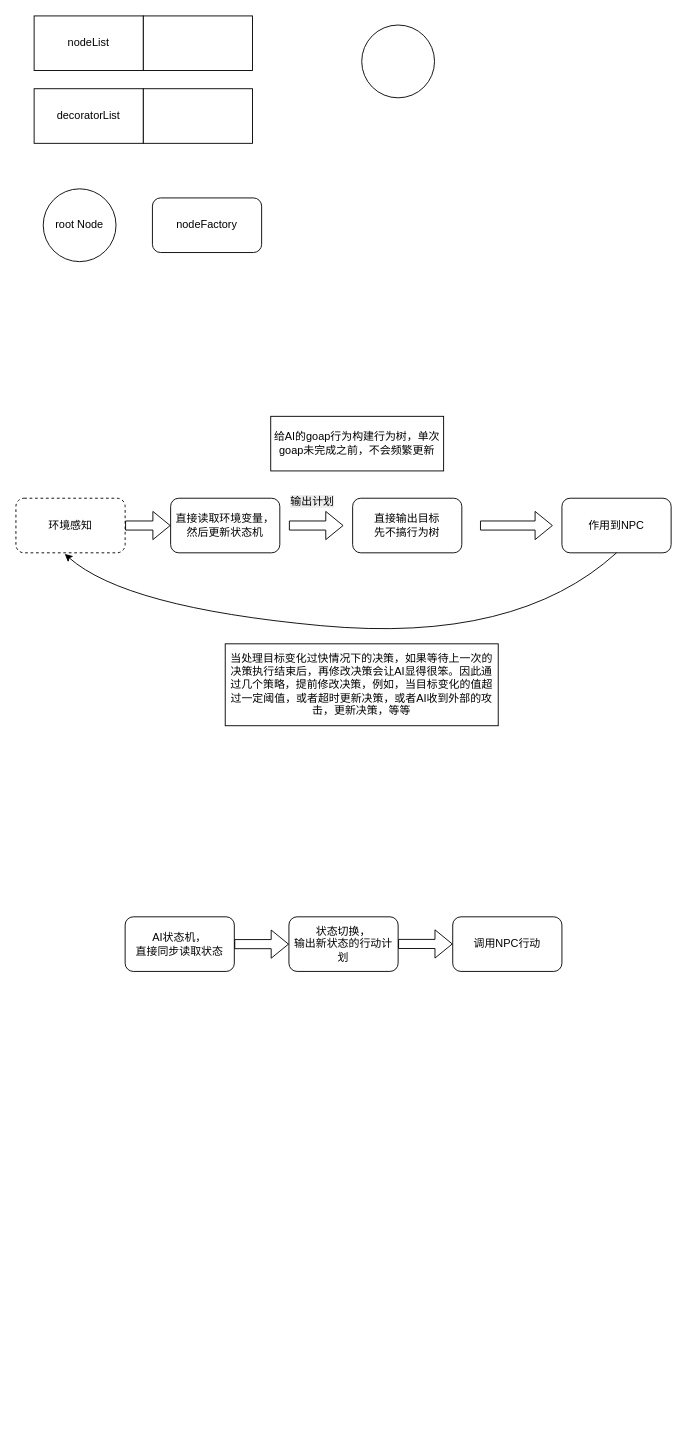
junpfeng/UE keeps this draw.io diagram as AI行为树.drawio. Above is the earlier version. Source tidied: cells renumbered, new cells numbered last; positions are measured from the earlier drawing's top-left corner, leaving out a move shared by most shapes. Both pictures are drawn from the tidied source at 91%, with x=0, y=0 at pixel (15, 15).
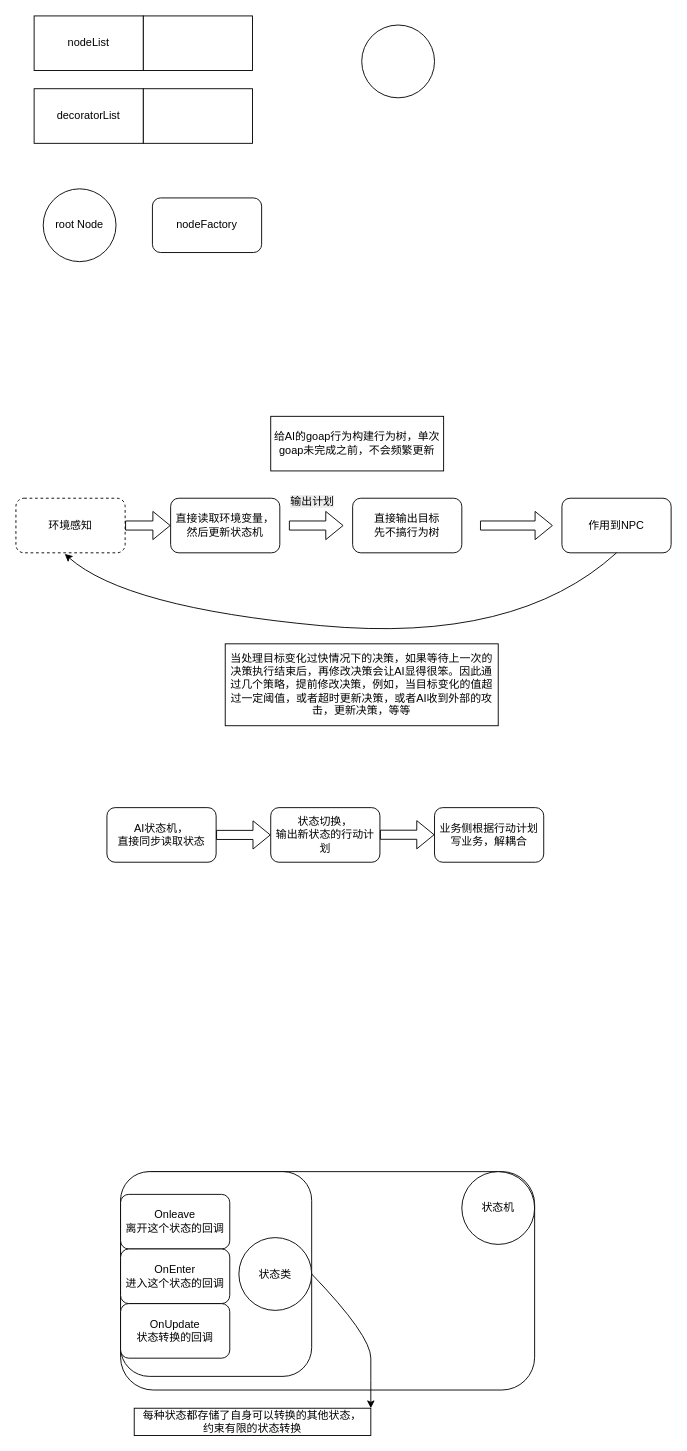
The same diagram, later.

Commit message:
更新AI行为树.drawio

Change to the diagram source:
```diff
@@
     <mxCell id="20" value="AI状态机，&lt;br&gt;直接同步读取状态" style="rounded=1;whiteSpace=wrap;html=1;" parent="1" vertex="1">
-      <mxGeometry x="120" y="990" width="120" height="60" as="geometry" />
+      <mxGeometry x="100" y="870" width="120" height="60" as="geometry" />
     </mxCell>
     <mxCell id="21" value="状态切换，&lt;br&gt;输出新状态的行动计划" style="rounded=1;whiteSpace=wrap;html=1;" parent="1" vertex="1">
-      <mxGeometry x="300" y="990" width="120" height="60" as="geometry" />
+      <mxGeometry x="280" y="870" width="120" height="60" as="geometry" />
     </mxCell>
     <mxCell id="22" style="shape=flexArrow;endArrow=classic;html=1;rounded=0;exitX=1;exitY=0.5;exitDx=0;exitDy=0;" parent="1" edge="1" source="20">
       <mxGeometry relative="1" as="geometry">
-        <mxPoint x="300" y="1020" as="targetPoint" />
+        <mxPoint x="280" y="900" as="targetPoint" />
       </mxGeometry>
     </mxCell>
     <mxCell id="23" style="shape=flexArrow;endArrow=classic;html=1;rounded=0;exitX=1;exitY=0.5;exitDx=0;exitDy=0;" parent="1" edge="1">
       <mxGeometry relative="1" as="geometry">
-        <mxPoint x="420" y="1019.8" as="sourcePoint" />
-        <mxPoint x="480" y="1019.8" as="targetPoint" />
+        <mxPoint x="400" y="899.8" as="sourcePoint" />
+        <mxPoint x="460" y="899.8" as="targetPoint" />
       </mxGeometry>
     </mxCell>
-    <mxCell id="24" value="调用NPC行动" style="rounded=1;whiteSpace=wrap;html=1;" parent="1" vertex="1">
-      <mxGeometry x="480" y="990" width="120" height="60" as="geometry" />
+    <mxCell id="24" value="业务侧根据行动计划写业务，解耦合" style="rounded=1;whiteSpace=wrap;html=1;" parent="1" vertex="1">
+      <mxGeometry x="460" y="870" width="120" height="60" as="geometry" />
     </mxCell>
+    <mxCell id="25" style="rounded=1;whiteSpace=wrap;html=1;" parent="1" vertex="1">
+      <mxGeometry x="115" y="1270" width="455" height="240" as="geometry" />
+    </mxCell>
+    <mxCell id="26" style="rounded=1;whiteSpace=wrap;html=1;" parent="1" vertex="1">
+      <mxGeometry x="115" y="1270" width="210" height="225" as="geometry" />
+    </mxCell>
+    <mxCell id="27" value="OnUpdate&lt;br&gt;状态转换的回调" style="rounded=1;whiteSpace=wrap;html=1;" parent="1" vertex="1">
+      <mxGeometry x="115" y="1415" width="120" height="60" as="geometry" />
+    </mxCell>
+    <mxCell id="28" value="Onleave&lt;div&gt;离开这个状态的回调&lt;/div&gt;" style="rounded=1;whiteSpace=wrap;html=1;" parent="1" vertex="1">
+      <mxGeometry x="115" y="1295" width="120" height="60" as="geometry" />
+    </mxCell>
+    <mxCell id="29" value="OnEnter&lt;br&gt;进入这个状态的回调" style="rounded=1;whiteSpace=wrap;html=1;" parent="1" vertex="1">
+      <mxGeometry x="115" y="1355" width="120" height="60" as="geometry" />
+    </mxCell>
+    <mxCell id="30" value="状态类" style="ellipse;whiteSpace=wrap;html=1;" parent="1" vertex="1">
+      <mxGeometry x="245" y="1342.5" width="80" height="80" as="geometry" />
+    </mxCell>
+    <mxCell id="31" value="状态机" style="ellipse;whiteSpace=wrap;html=1;" parent="1" vertex="1">
+      <mxGeometry x="490" y="1270" width="80" height="80" as="geometry" />
+    </mxCell>
+    <mxCell id="32" value="每种状态都存储了自身可以转换的其他状态，&lt;br&gt;约束有限的状态转换" style="rounded=0;whiteSpace=wrap;html=1;" parent="1" vertex="1">
+      <mxGeometry x="130" y="1530" width="260" height="30" as="geometry" />
+    </mxCell>
+    <mxCell id="33" style="curved=1;endArrow=classic;html=1;rounded=0;exitX=1;exitY=0.5;exitDx=0;exitDy=0;entryX=1;entryY=0;entryDx=0;entryDy=0;" parent="1" edge="1" source="26" target="32">
+      <mxGeometry relative="1" as="geometry">
+        <Array as="points">
+          <mxPoint x="390" y="1450" />
+          <mxPoint x="390" y="1500" />
+        </Array>
+      </mxGeometry>
+    </mxCell>
```
